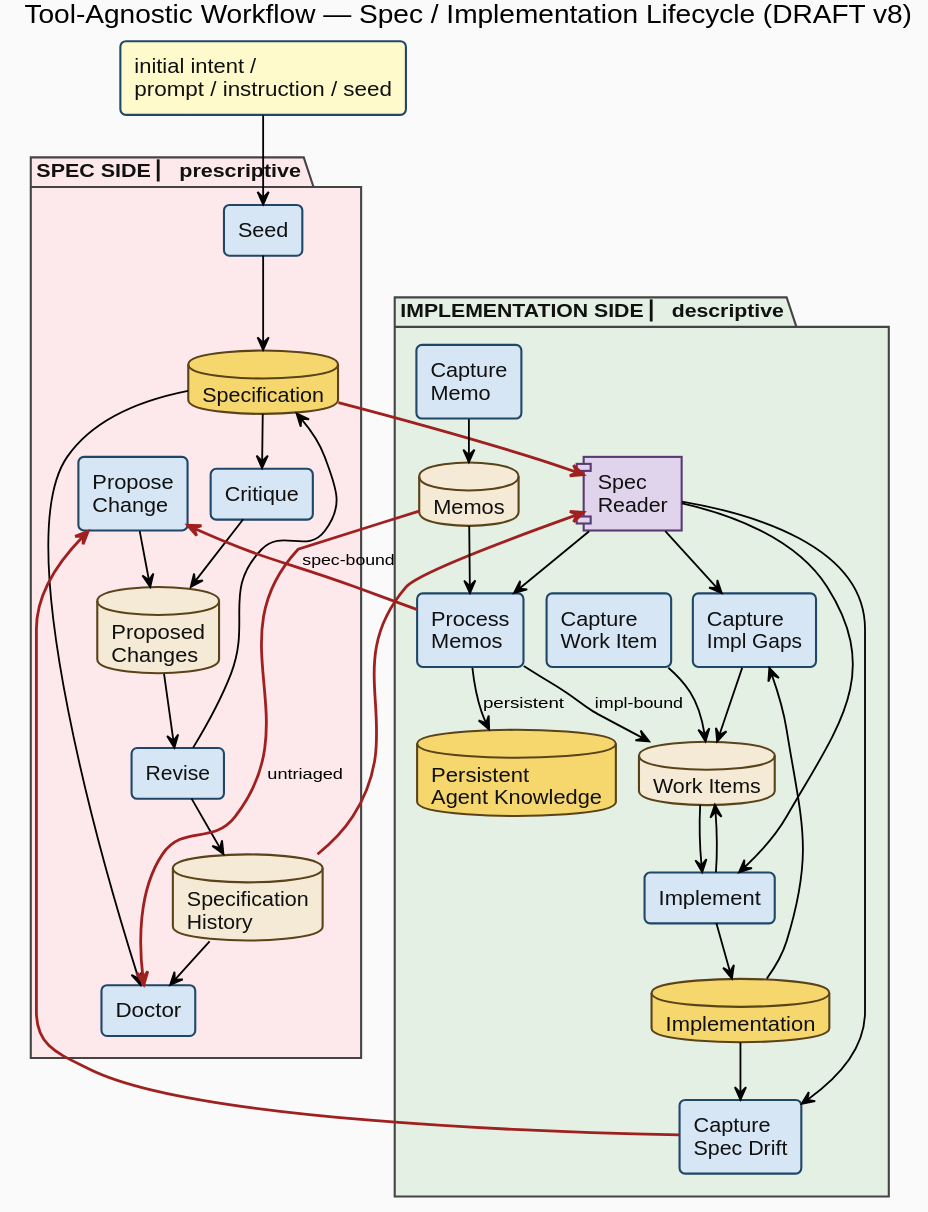
This is research/workflow-processes/diagrams/draft-tool-agnostic-workflow.svg from thewoolleyman/livespec, a PlantUML export, as it was before one commit.
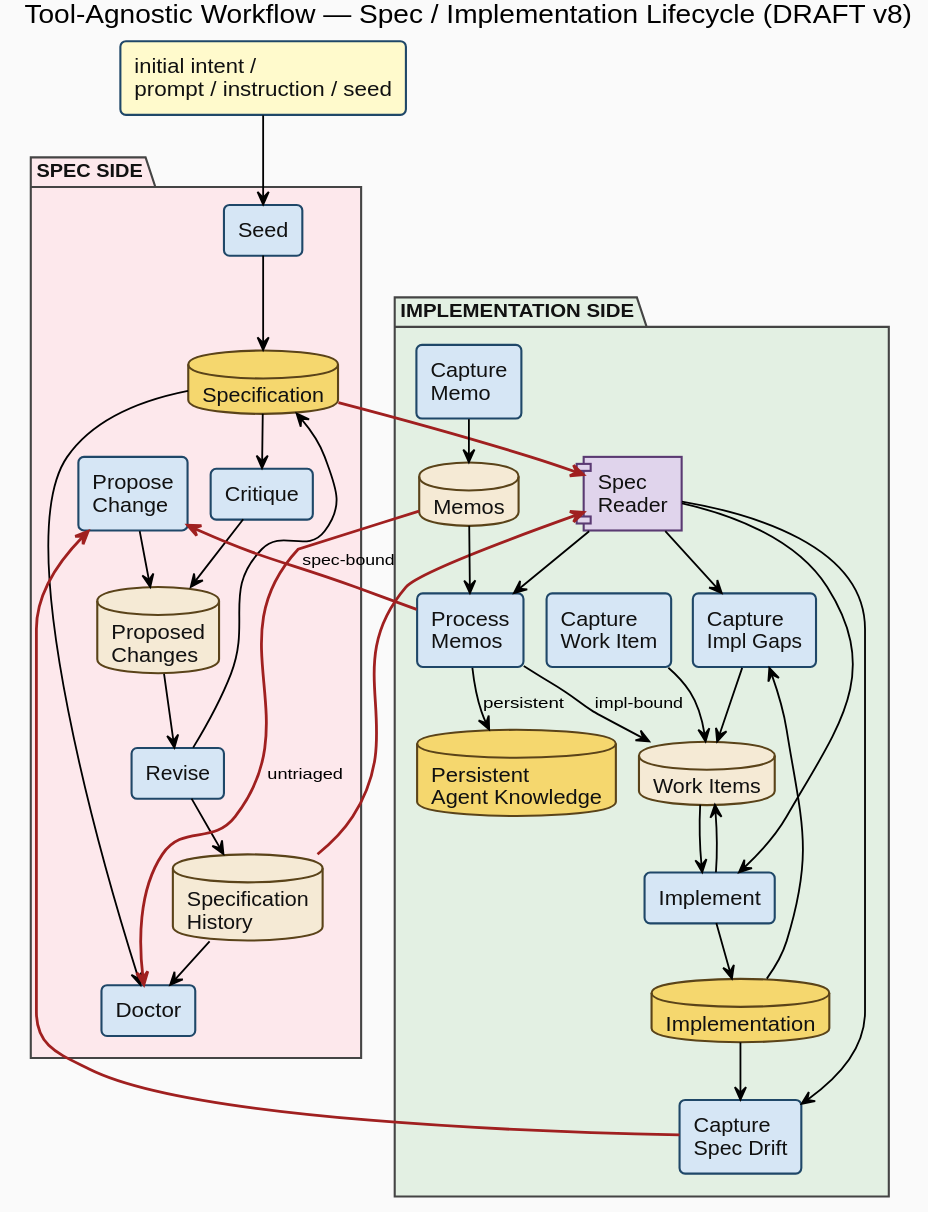
The same diagram one commit later.

Commit message:
docs(research): drop prescriptive/descriptive descriptors — let "spec" and "implementation" carry the contrast

What changed in the source:
```diff
@@ -44,7 +44,7 @@
 rectangle "initial intent /\nprompt / instruction / seed" as Input #fffacc
 
 
-package "SPEC SIDE  ▏ prescriptive" as SpecPkg #fde8ec {
+package "SPEC SIDE" as SpecPkg #fde8ec {
   rectangle "Seed" as Seed
   rectangle "Propose\nChange" as Propose
   rectangle "Critique" as Critique
@@ -57,7 +57,7 @@
 }
 
 
-package "IMPLEMENTATION SIDE  ▏ descriptive" as ImplPkg #e3f0e3 {
+package "IMPLEMENTATION SIDE" as ImplPkg #e3f0e3 {
   rectangle "Capture\nImpl Gaps" as CaptureImplGaps
   rectangle "Capture\nWork Item" as CaptureWorkItem
   rectangle "Implement" as Implement
```
